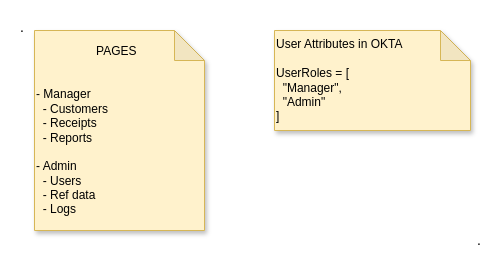
The draw.io diagram page "UI" (3 of 3) of _files/High-Level_Design.drawio in aytekinyaliz/ylz-xyz-infra, before the edit. Source tidied: cells renumbered, new cells numbered last; positions are measured from the earlier drawing's top-left corner, leaving out a move shared by most shapes. Both pictures are drawn from the tidied source at 100%, with x=0, y=0 at pixel (17, 17).
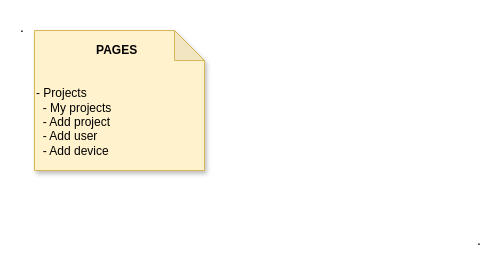
The same page after the edit.

What changed in the source:
```diff
@@
 <mxGraphModel>
   <root>
     <mxCell id="0" />
     <mxCell id="1" parent="0" />
-    <mxCell id="2" value="&lt;div&gt;&lt;span&gt;&amp;nbsp; &amp;nbsp; &amp;nbsp; &amp;nbsp; &amp;nbsp; &amp;nbsp; &amp;nbsp; &amp;nbsp; &amp;nbsp; PAGES&lt;/span&gt;&lt;/div&gt;&lt;br&gt;&lt;br&gt;- Manager&lt;br&gt;&amp;nbsp; - Customers&lt;br&gt;&amp;nbsp; - Receipts&lt;br&gt;&amp;nbsp; - Reports&lt;br&gt;&lt;br&gt;- Admin&lt;br&gt;&amp;nbsp; - Users&lt;br&gt;&amp;nbsp; - Ref data&lt;br&gt;&amp;nbsp; - Logs&lt;br&gt;" style="shape=note;whiteSpace=wrap;html=1;backgroundOutline=1;darkOpacity=0.05;shadow=1;fillColor=#fff2cc;align=left;strokeColor=#d6b656;" parent="1" vertex="1">
-      <mxGeometry x="17" y="13" width="170" height="200" as="geometry" />
+    <mxCell id="2" value="&lt;div&gt;&amp;nbsp; &amp;nbsp; &amp;nbsp; &amp;nbsp; &amp;nbsp; &amp;nbsp; &amp;nbsp; &amp;nbsp; &amp;nbsp; &lt;b&gt;PAGES&lt;/b&gt;&lt;/div&gt;&lt;br&gt;&lt;br&gt;- Projects&lt;br&gt;&amp;nbsp; - My projects&lt;br&gt;&amp;nbsp; - Add project&lt;br&gt;&amp;nbsp; - Add user&lt;br&gt;&amp;nbsp; - Add device" style="shape=note;whiteSpace=wrap;html=1;backgroundOutline=1;darkOpacity=0.05;shadow=1;fillColor=#fff2cc;align=left;strokeColor=#d6b656;" parent="1" vertex="1">
+      <mxGeometry x="17" y="13" width="170" height="140" as="geometry" />
     </mxCell>
-    <mxCell id="3" value="User Attributes in OKTA&lt;br&gt;&lt;br&gt;UserRoles = [&lt;br&gt;&amp;nbsp; &quot;Manager&quot;,&lt;br&gt;&amp;nbsp; &quot;Admin&quot;&lt;br&gt;]" style="shape=note;whiteSpace=wrap;html=1;backgroundOutline=1;darkOpacity=0.05;shadow=1;fillColor=#fff2cc;align=left;strokeColor=#d6b656;" parent="1" vertex="1">
-      <mxGeometry x="257" y="13" width="196" height="100" as="geometry" />
-    </mxCell>
     <mxCell id="4" value="." style="text;html=1;strokeColor=none;fillColor=none;align=center;verticalAlign=middle;whiteSpace=wrap;rounded=0;shadow=0;comic=0;fontSize=14;" parent="1" vertex="1">
       <mxGeometry width="10" height="20" as="geometry" />
     </mxCell>
     <mxCell id="5" value="." style="text;html=1;strokeColor=none;fillColor=none;align=center;verticalAlign=middle;whiteSpace=wrap;rounded=0;shadow=0;comic=0;fontSize=14;" parent="1" vertex="1">
       <mxGeometry x="457" y="213" width="10" height="20" as="geometry" />
     </mxCell>
   </root>
 </mxGraphModel>
```
